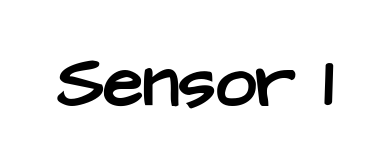
Above: TCP/sensortxt.drawio in YuyanWu-wyy/figs (draw.io), before the change. Source tidied: cells renumbered, new cells numbered last; positions are measured from the earlier drawing's top-left corner, leaving out a move shared by most shapes. Both pictures are drawn from the tidied source at 200%, with x=0, y=0 at pixel (34, 64).
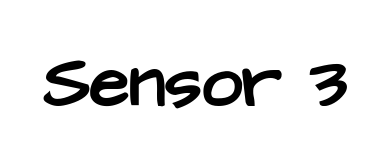
The same page after the edit.

What changed in the source:
```diff
@@
 <mxGraphModel>
   <root>
     <mxCell id="0" />
     <mxCell id="1" parent="0" />
-    <mxCell id="2" value="&lt;font style=&quot;font-size: 36px&quot; face=&quot;Comic Sans MS&quot;&gt;&lt;b&gt;Sensor 1&lt;/b&gt;&lt;/font&gt;" style="text;html=1;strokeColor=none;fillColor=none;align=center;verticalAlign=middle;whiteSpace=wrap;rounded=0;" parent="1" vertex="1">
+    <mxCell id="2" value="&lt;font style=&quot;font-size: 36px&quot; face=&quot;Comic Sans MS&quot;&gt;&lt;b&gt;Sensor 3&lt;/b&gt;&lt;/font&gt;" style="text;html=1;strokeColor=none;fillColor=none;align=center;verticalAlign=middle;whiteSpace=wrap;rounded=0;" parent="1" vertex="1">
       <mxGeometry width="160" height="20" as="geometry" />
     </mxCell>
   </root>
 </mxGraphModel>
```
